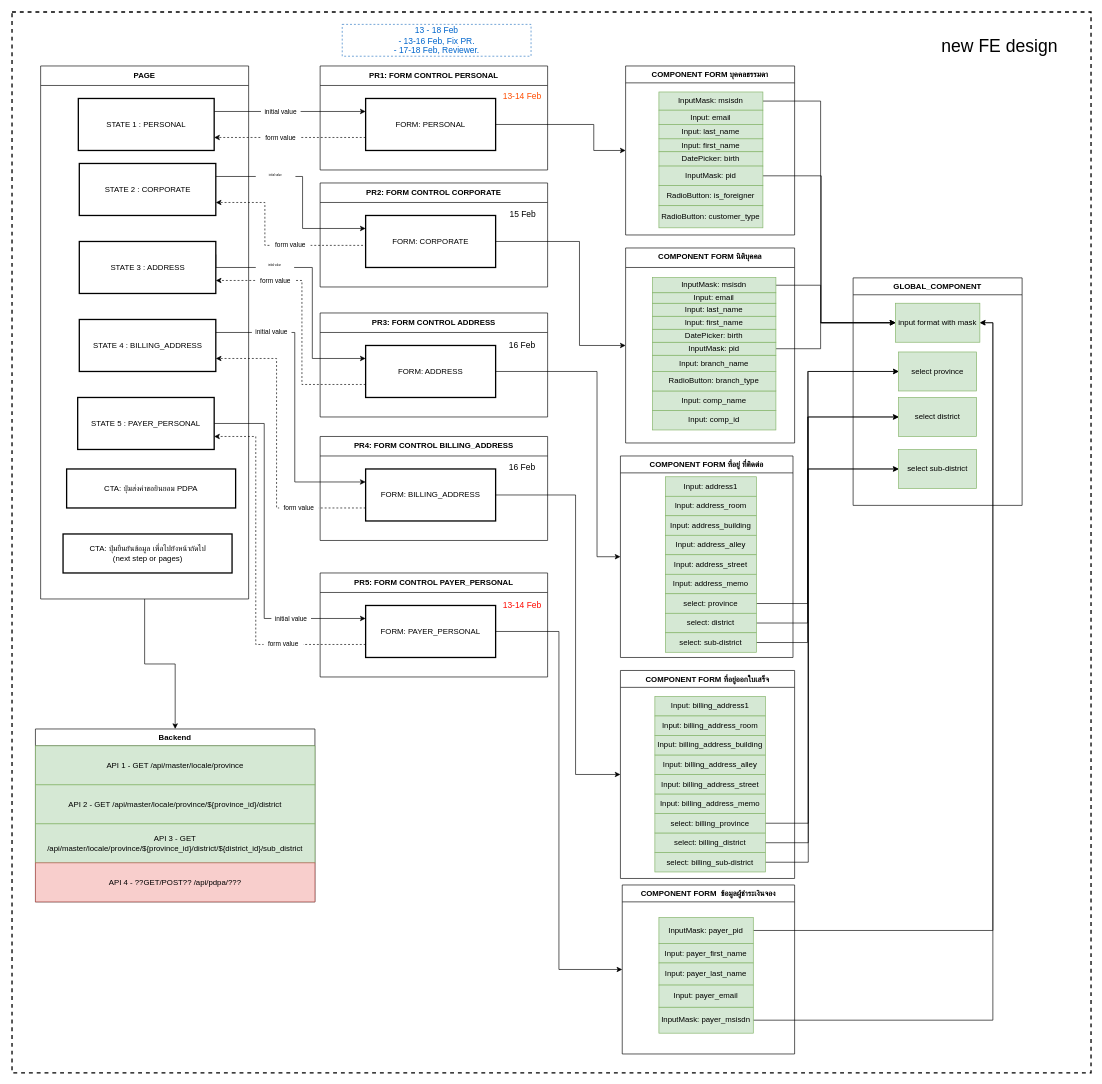
The draw.io diagram booking_customer-diagram_13-18-FEB.drawio in peapong/draw.io-diagrams, before the edit. Source tidied: cells renumbered, new cells numbered last; positions are measured from the earlier drawing's top-left corner, leaving out a move shared by most shapes. Both pictures are drawn from the tidied source at 65%, with x=0, y=0 at pixel (12, 12).
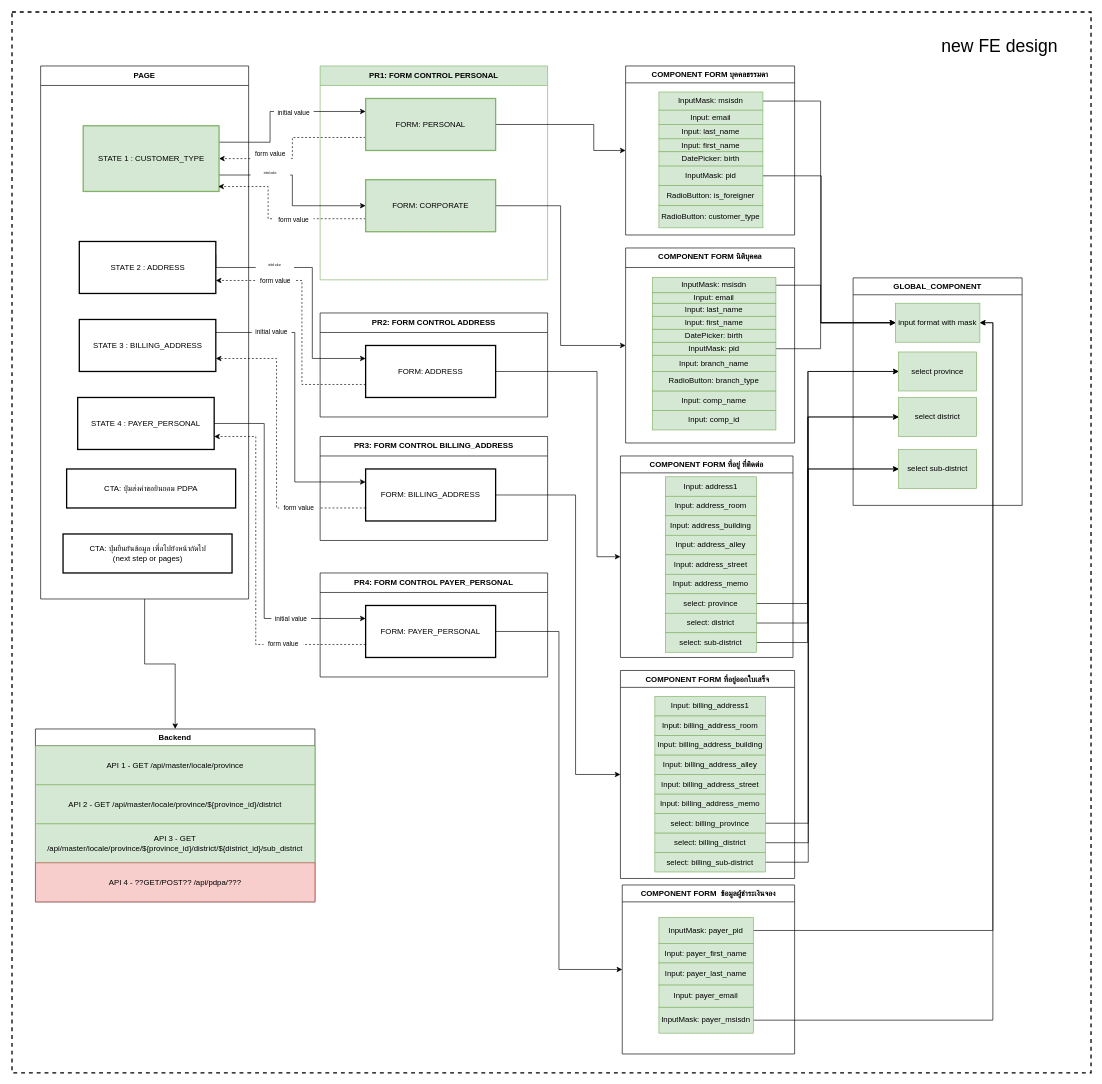
Above is the later version.

Unchanged cells that the change refers to:
```xml
<mxCell id="37" value="COMPONENT FORM นิติบุคคล" style="swimlane;fontStyle=1;align=center;verticalAlign=top;horizontal=1;startSize=30;rounded=0;shadow=0;strokeWidth=1;" parent="1" vertex="1">
  <mxGeometry x="944" y="363" width="260" height="300" as="geometry" />
</mxCell>
```

Diff of the diagram source:
```diff
@@
-    <mxCell id="5" value="&lt;b&gt;PR1: FORM CONTROL PERSONAL&lt;/b&gt;" style="swimlane;fontStyle=0;horizontal=1;startSize=30;whiteSpace=wrap;html=1;fillColor=default;" parent="1" vertex="1">
-      <mxGeometry x="474" y="83" width="350" height="160" as="geometry" />
+    <mxCell id="5" value="&lt;b&gt;PR1: FORM CONTROL PERSONAL&lt;/b&gt;" style="swimlane;fontStyle=0;horizontal=1;startSize=30;whiteSpace=wrap;html=1;fillColor=#d5e8d4;strokeColor=#82b366;" parent="1" vertex="1">
+      <mxGeometry x="474" y="83" width="350" height="329" as="geometry" />
     </mxCell>
@@
-    <mxCell id="8" style="edgeStyle=orthogonalEdgeStyle;rounded=0;jettySize=auto;html=1;exitX=0;exitY=0.75;exitDx=0;exitDy=0;entryX=1;entryY=0.75;entryDx=0;entryDy=0;fontSize=10;fontColor=default;dashed=1;" parent="1" edge="1" source="9" target="11">
+    <mxCell id="8" style="edgeStyle=orthogonalEdgeStyle;rounded=0;jettySize=auto;html=1;exitX=0;exitY=0.75;exitDx=0;exitDy=0;fontSize=10;fontColor=default;dashed=1;entryX=1;entryY=0.5;entryDx=0;entryDy=0;" parent="1" edge="1" source="9" target="11">
       <mxGeometry relative="1" as="geometry" />
     </mxCell>
-    <mxCell id="9" value="FORM: PERSONAL" style="rounded=0;whiteSpace=wrap;html=1;fillColor=default;strokeWidth=2;" parent="1" vertex="1">
+    <mxCell id="9" value="FORM: PERSONAL" style="rounded=0;whiteSpace=wrap;html=1;fillColor=#d5e8d4;strokeWidth=2;strokeColor=#82b366;" parent="1" vertex="1">
       <mxGeometry x="544" y="133" width="200" height="80" as="geometry" />
     </mxCell>
+    <mxCell id="123" style="edgeStyle=orthogonalEdgeStyle;rounded=0;jettySize=auto;html=1;exitX=1;exitY=0.75;exitDx=0;exitDy=0;" parent="1" edge="1" source="11" target="17">
+      <mxGeometry relative="1" as="geometry" />
+    </mxCell>
-    <mxCell id="10" style="edgeStyle=orthogonalEdgeStyle;rounded=0;jettySize=auto;html=1;exitX=1;exitY=0.25;exitDx=0;exitDy=0;entryX=0;entryY=0.25;entryDx=0;entryDy=0;fontSize=10;fontColor=default;" parent="1" edge="1" source="11" target="9">
-      <mxGeometry relative="1" as="geometry" />
+    <mxCell id="10" style="edgeStyle=orthogonalEdgeStyle;rounded=0;jettySize=auto;html=1;exitX=1;exitY=0.25;exitDx=0;exitDy=0;entryX=0;entryY=0.25;entryDx=0;entryDy=0;" parent="1" edge="1" source="11" target="9">
+      <mxGeometry relative="1" as="geometry">
+        <Array as="points">
+          <mxPoint x="397" y="200" />
+          <mxPoint x="397" y="153" />
+        </Array>
+      </mxGeometry>
     </mxCell>
-    <mxCell id="11" value="STATE 1 : PERSONAL" style="rounded=0;whiteSpace=wrap;html=1;fillColor=default;strokeWidth=2;" parent="1" vertex="1">
-      <mxGeometry x="102" y="133" width="209" height="80" as="geometry" />
+    <mxCell id="11" value="STATE 1 : CUSTOMER_TYPE" style="rounded=0;whiteSpace=wrap;html=1;fillColor=#d5e8d4;strokeWidth=2;strokeColor=#82b366;" parent="1" vertex="1">
+      <mxGeometry x="109.5" y="175" width="209" height="101" as="geometry" />
     </mxCell>
-    <mxCell id="12" style="edgeStyle=orthogonalEdgeStyle;rounded=0;jettySize=auto;html=1;exitX=1;exitY=0.25;exitDx=0;exitDy=0;entryX=0;entryY=0.25;entryDx=0;entryDy=0;fontSize=10;fontColor=default;" parent="1" edge="1" source="13" target="17">
-      <mxGeometry relative="1" as="geometry">
-        <Array as="points">
-          <mxPoint x="447" y="253" />
-          <mxPoint x="447" y="333" />
-        </Array>
-      </mxGeometry>
-    </mxCell>
-    <mxCell id="13" value="STATE 2 : CORPORATE" style="rounded=0;whiteSpace=wrap;html=1;fillColor=default;strokeWidth=2;" parent="1" vertex="1">
-      <mxGeometry x="103.5" y="233" width="210" height="80" as="geometry" />
-    </mxCell>
-    <mxCell id="14" value="&lt;b&gt;PR2: FORM CONTROL CORPORATE&lt;/b&gt;" style="swimlane;fontStyle=0;horizontal=1;startSize=30;whiteSpace=wrap;html=1;fillColor=default;" parent="1" vertex="1">
-      <mxGeometry x="474" y="263" width="350" height="160" as="geometry" />
-    </mxCell>
     <mxCell id="15" style="edgeStyle=orthogonalEdgeStyle;rounded=0;jettySize=auto;html=1;exitX=1;exitY=0.5;exitDx=0;exitDy=0;entryX=0;entryY=0.5;entryDx=0;entryDy=0;" parent="1" edge="1" source="17" target="37">
-      <mxGeometry relative="1" as="geometry">
-        <Array as="points">
-          <mxPoint x="873" y="353" />
-          <mxPoint x="873" y="513" />
-        </Array>
-      </mxGeometry>
+      <mxGeometry relative="1" as="geometry" />
     </mxCell>
-    <mxCell id="16" style="edgeStyle=orthogonalEdgeStyle;rounded=0;jettySize=auto;html=1;exitX=0;exitY=0.75;exitDx=0;exitDy=0;entryX=1;entryY=0.75;entryDx=0;entryDy=0;fontSize=10;fontColor=default;dashed=1;" parent="1" edge="1" source="17" target="13">
-      <mxGeometry relative="1" as="geometry">
-        <Array as="points">
-          <mxPoint x="544" y="359" />
-          <mxPoint x="389" y="359" />
-          <mxPoint x="389" y="293" />
-        </Array>
-      </mxGeometry>
-    </mxCell>
+    <mxCell id="124" style="edgeStyle=orthogonalEdgeStyle;rounded=0;jettySize=auto;html=1;exitX=0;exitY=0.75;exitDx=0;exitDy=0;entryX=0.994;entryY=0.926;entryDx=0;entryDy=0;entryPerimeter=0;dashed=1;" parent="1" edge="1" source="17" target="11">
+      <mxGeometry relative="1" as="geometry">
+        <Array as="points">
+          <mxPoint x="394" y="318" />
+          <mxPoint x="394" y="269" />
+        </Array>
+      </mxGeometry>
+    </mxCell>
-    <mxCell id="17" value="FORM: CORPORATE" style="rounded=0;whiteSpace=wrap;html=1;fillColor=default;strokeWidth=2;" parent="1" vertex="1">
-      <mxGeometry x="544" y="313" width="200" height="80" as="geometry" />
+    <mxCell id="17" value="FORM: CORPORATE" style="rounded=0;whiteSpace=wrap;html=1;fillColor=#d5e8d4;strokeWidth=2;strokeColor=#82b366;" parent="1" vertex="1">
+      <mxGeometry x="544" y="258" width="200" height="80" as="geometry" />
     </mxCell>
-    <mxCell id="18" value="&lt;b&gt;PR3: FORM CONTROL ADDRESS&lt;/b&gt;" style="swimlane;fontStyle=0;horizontal=1;startSize=30;whiteSpace=wrap;html=1;fillColor=default;" parent="1" vertex="1">
+    <mxCell id="18" value="&lt;b&gt;PR2: FORM CONTROL ADDRESS&lt;/b&gt;" style="swimlane;fontStyle=0;horizontal=1;startSize=30;whiteSpace=wrap;html=1;fillColor=default;" parent="1" vertex="1">
       <mxGeometry x="474" y="463" width="350" height="160" as="geometry" />
     </mxCell>
@@
-    <mxCell id="22" value="&lt;b&gt;PR4: FORM CONTROL BILLING_ADDRESS&lt;/b&gt;" style="swimlane;fontStyle=0;horizontal=1;startSize=30;whiteSpace=wrap;html=1;fillColor=default;" parent="1" vertex="1">
+    <mxCell id="22" value="&lt;b&gt;PR3: FORM CONTROL BILLING_ADDRESS&lt;/b&gt;" style="swimlane;fontStyle=0;horizontal=1;startSize=30;whiteSpace=wrap;html=1;fillColor=default;" parent="1" vertex="1">
       <mxGeometry x="474" y="653" width="350" height="160" as="geometry" />
     </mxCell>
@@
-    <mxCell id="26" value="&lt;b&gt;PR5: FORM CONTROL PAYER_PERSONAL&lt;/b&gt;" style="swimlane;fontStyle=0;horizontal=1;startSize=30;whiteSpace=wrap;html=1;fillColor=default;" parent="1" vertex="1">
+    <mxCell id="26" value="&lt;b&gt;PR4: FORM CONTROL PAYER_PERSONAL&lt;/b&gt;" style="swimlane;fontStyle=0;horizontal=1;startSize=30;whiteSpace=wrap;html=1;fillColor=default;" parent="1" vertex="1">
       <mxGeometry x="474" y="863" width="350" height="160" as="geometry" />
     </mxCell>
@@
-    <mxCell id="31" value="STATE 3 : ADDRESS" style="rounded=0;whiteSpace=wrap;html=1;fillColor=default;strokeWidth=2;" parent="1" vertex="1">
+    <mxCell id="31" value="STATE 2 : ADDRESS" style="rounded=0;whiteSpace=wrap;html=1;fillColor=default;strokeWidth=2;" parent="1" vertex="1">
       <mxGeometry x="103.5" y="353" width="210" height="80" as="geometry" />
     </mxCell>
@@
-    <mxCell id="33" value="STATE 4 :&amp;nbsp;&lt;span style=&quot;border-color: var(--border-color);&quot;&gt;BILLING_ADDRESS&lt;/span&gt;" style="rounded=0;whiteSpace=wrap;html=1;fillColor=default;strokeWidth=2;" parent="1" vertex="1">
+    <mxCell id="33" value="STATE 3 :&amp;nbsp;&lt;span style=&quot;border-color: var(--border-color);&quot;&gt;BILLING_ADDRESS&lt;/span&gt;" style="rounded=0;whiteSpace=wrap;html=1;fillColor=default;strokeWidth=2;" parent="1" vertex="1">
       <mxGeometry x="103.5" y="473" width="210" height="80" as="geometry" />
     </mxCell>
@@
-    <mxCell id="35" value="STATE 5 :&amp;nbsp;&lt;span style=&quot;border-color: var(--border-color);&quot;&gt;PAYER_PERSONAL&lt;/span&gt;" style="rounded=0;whiteSpace=wrap;html=1;fillColor=default;strokeWidth=2;" parent="1" vertex="1">
+    <mxCell id="35" value="STATE 4 :&amp;nbsp;&lt;span style=&quot;border-color: var(--border-color);&quot;&gt;PAYER_PERSONAL&lt;/span&gt;" style="rounded=0;whiteSpace=wrap;html=1;fillColor=default;strokeWidth=2;" parent="1" vertex="1">
       <mxGeometry x="101" y="593" width="210" height="80" as="geometry" />
     </mxCell>
@@
     <mxCell id="107" value="&lt;font style=&quot;font-size: 10px;&quot;&gt;initial value&lt;/font&gt;" style="text;html=1;align=center;verticalAlign=middle;whiteSpace=wrap;rounded=0;fontSize=8;fillColor=default;gradientColor=none;shadow=0;imageAspect=1;" parent="1" vertex="1">
-      <mxGeometry x="383" y="138" width="61" height="30" as="geometry" />
+      <mxGeometry x="403" y="140" width="61" height="30" as="geometry" />
     </mxCell>
     <mxCell id="108" value="&lt;font style=&quot;font-size: 4px;&quot;&gt;initial value&lt;/font&gt;" style="text;html=1;align=center;verticalAlign=middle;whiteSpace=wrap;rounded=0;fontSize=4;fillColor=default;gradientColor=none;shadow=0;imageAspect=1;" parent="1" vertex="1">
-      <mxGeometry x="375" y="237" width="61" height="30" as="geometry" />
+      <mxGeometry x="367" y="232.5" width="61" height="30" as="geometry" />
     </mxCell>
@@
     <mxCell id="112" value="&lt;span style=&quot;font-size: 10px;&quot;&gt;form value&lt;/span&gt;" style="text;html=1;align=center;verticalAlign=middle;whiteSpace=wrap;rounded=0;fontSize=8;fillColor=default;gradientColor=none;shadow=0;imageAspect=1;" parent="1" vertex="1">
-      <mxGeometry x="383" y="179" width="61" height="30" as="geometry" />
+      <mxGeometry x="367" y="202" width="61" height="31" as="geometry" />
     </mxCell>
     <mxCell id="113" value="&lt;span style=&quot;font-size: 10px;&quot;&gt;form value&lt;/span&gt;" style="text;html=1;align=center;verticalAlign=middle;whiteSpace=wrap;rounded=0;fontSize=8;fillColor=default;gradientColor=none;shadow=0;imageAspect=1;" parent="1" vertex="1">
-      <mxGeometry x="398" y="343" width="61" height="30" as="geometry" />
+      <mxGeometry x="403" y="304" width="61" height="30" as="geometry" />
     </mxCell>
@@
-    <mxCell id="117" value="&lt;font color=&quot;#ff4d00&quot; style=&quot;font-size: 13px;&quot;&gt;13-14 Feb&lt;/font&gt;" style="text;html=1;strokeColor=none;fillColor=none;align=center;verticalAlign=middle;whiteSpace=wrap;rounded=0;fontSize=13;" parent="1" vertex="1">
-      <mxGeometry x="744" y="114" width="82" height="30" as="geometry" />
-    </mxCell>
-    <mxCell id="118" value="15 Feb" style="text;html=1;strokeColor=none;fillColor=none;align=center;verticalAlign=middle;whiteSpace=wrap;rounded=0;fontSize=13;" parent="1" vertex="1">
-      <mxGeometry x="756" y="296" width="60" height="30" as="geometry" />
-    </mxCell>
-    <mxCell id="119" value="16 Feb" style="text;html=1;strokeColor=none;fillColor=none;align=center;verticalAlign=middle;whiteSpace=wrap;rounded=0;fontSize=13;" parent="1" vertex="1">
-      <mxGeometry x="755" y="497" width="60" height="30" as="geometry" />
-    </mxCell>
-    <mxCell id="120" value="16 Feb" style="text;html=1;strokeColor=none;fillColor=none;align=center;verticalAlign=middle;whiteSpace=wrap;rounded=0;fontSize=13;" parent="1" vertex="1">
-      <mxGeometry x="755" y="685" width="60" height="30" as="geometry" />
-    </mxCell>
-    <mxCell id="121" value="13-14 Feb" style="text;html=1;strokeColor=none;fillColor=none;align=center;verticalAlign=middle;whiteSpace=wrap;rounded=0;fontColor=#FF0B03;fontSize=13;" parent="1" vertex="1">
-      <mxGeometry x="749" y="897" width="72" height="30" as="geometry" />
-    </mxCell>
-    <mxCell id="122" value="&lt;font color=&quot;#0066cc&quot;&gt;13 - 18 Feb&lt;br&gt;- 13-16 Feb, Fix PR.&lt;br&gt;- 17-18 Feb,&amp;nbsp;Reviewer.&lt;/font&gt;" style="text;html=1;strokeColor=#2c78c3;fillColor=none;align=center;verticalAlign=middle;whiteSpace=wrap;rounded=0;fontSize=13;fontColor=#000000;dashed=1;" parent="1" vertex="1">
-      <mxGeometry x="508" y="19" width="290.5" height="49" as="geometry" />
-    </mxCell>
```
